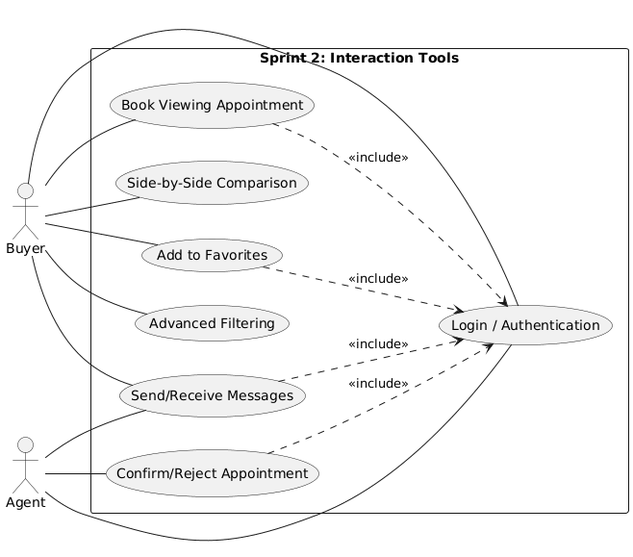
The PlantUML diagram Presentation/images/Sprint2-UseCase.png in AZIZ-Soufiane/PropertyHub-PFE, before a commit.
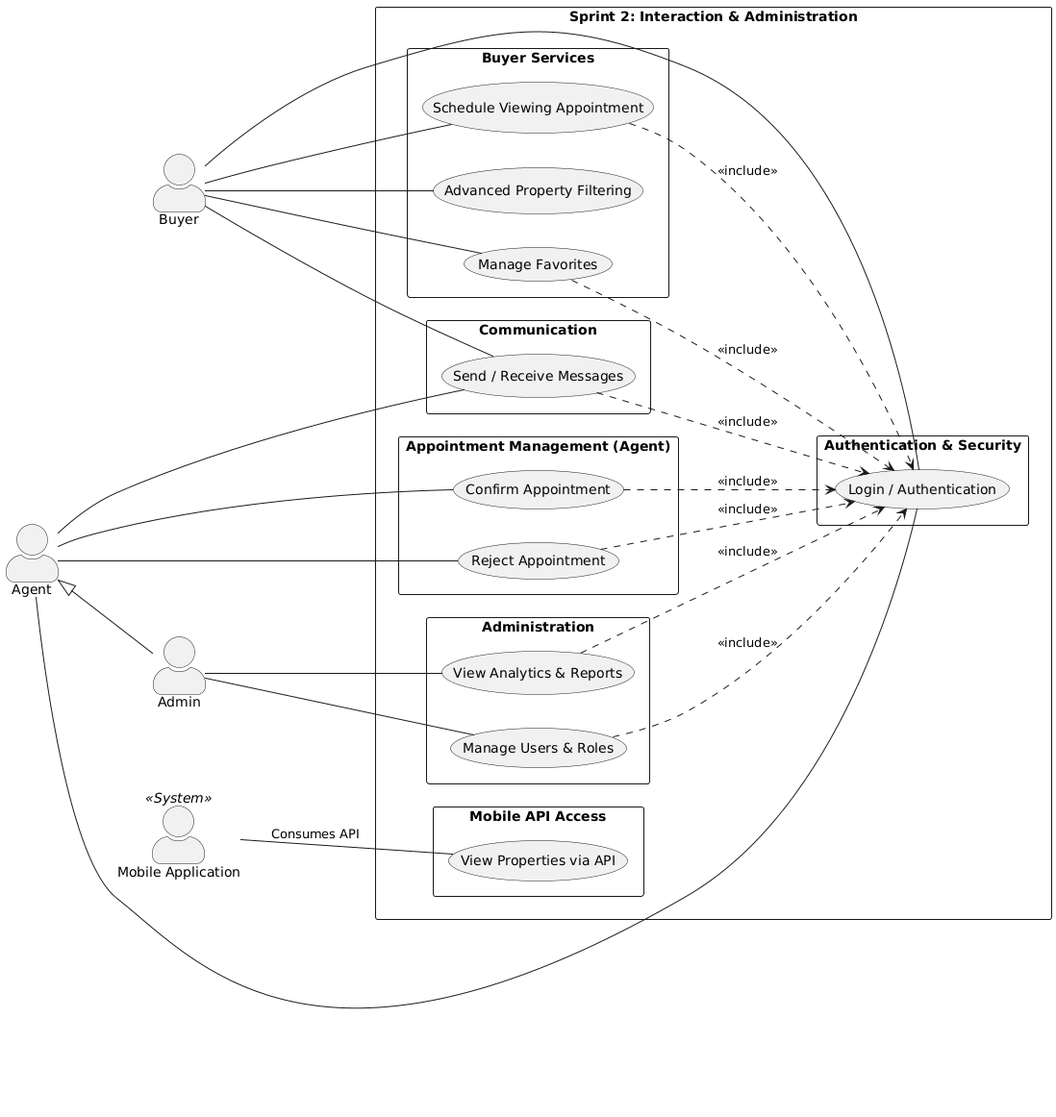
After the change.

Diff of the diagram source:
```diff
@@ -1,33 +1,69 @@
 @startuml
 left to right direction
+skinparam packageStyle rectangle
 skinparam shadowing false
+skinparam actorStyle awesome
 
-actor "Buyer" as Client
+actor "Buyer" as Buyer
 actor "Agent" as Agent
+actor "Admin" as Admin
+actor "Mobile Application" as MobileApp <<System>>
 
-rectangle "Sprint 2: Interaction Tools" {
-    (Login / Authentication) as UC_Auth
-    (Book Viewing Appointment) as UC_Book
-    (Confirm/Reject Appointment) as UC_Confirm
-    (Side-by-Side Comparison) as UC_Compare
-    (Add to Favorites) as UC_Fav
-    (Send/Receive Messages) as UC_Msg
-    (Advanced Filtering) as UC_Filter
+Agent <|-- Admin
+
+rectangle "Sprint 2: Interaction & Administration" {
+
+  package "Authentication & Security" {
+      usecase "Login / Authentication" as Login
+  }
+
+  package "Buyer Services" {
+      usecase "Manage Favorites" as Favorites
+      usecase "Schedule Viewing Appointment" as Appointment
+      usecase "Advanced Property Filtering" as Filter
+  }
+
+  package "Communication" {
+      usecase "Send / Receive Messages" as Messaging
+  }
+
+  package "Appointment Management (Agent)" {
+      usecase "Confirm Appointment" as Confirm
+      usecase "Reject Appointment" as Reject
+  }
+
+  package "Administration" {
+      usecase "Manage Users & Roles" as Users
+      usecase "View Analytics & Reports" as Analytics
+  }
+
+  package "Mobile API Access" {
+      usecase "View Properties via API" as APIView
+  }
+
 }
 
-Client -- UC_Auth
-Client -- UC_Book
-Client -- UC_Compare
-Client -- UC_Fav
-Client -- UC_Msg
-Client -- UC_Filter
+Buyer -- Login
+Buyer -- Favorites
+Buyer -- Appointment
+Buyer -- Messaging
+Buyer -- Filter
 
-Agent -- UC_Auth
-Agent -- UC_Confirm
-Agent -- UC_Msg
+Agent -- Login
+Agent -- Messaging
+Agent -- Confirm
+Agent -- Reject
 
-UC_Book    ..> UC_Auth : <<include>>
-UC_Fav     ..> UC_Auth : <<include>>
-UC_Msg     ..> UC_Auth : <<include>>
-UC_Confirm ..> UC_Auth : <<include>>
+Admin -- Users
+Admin -- Analytics
+
+MobileApp -- APIView : Consumes API
+
+Favorites ..> Login : <<include>>
+Appointment ..> Login : <<include>>
+Messaging ..> Login : <<include>>
+Confirm ..> Login : <<include>>
+Reject ..> Login : <<include>>
+Users ..> Login : <<include>>
+Analytics ..> Login : <<include>>
 @enduml
```
